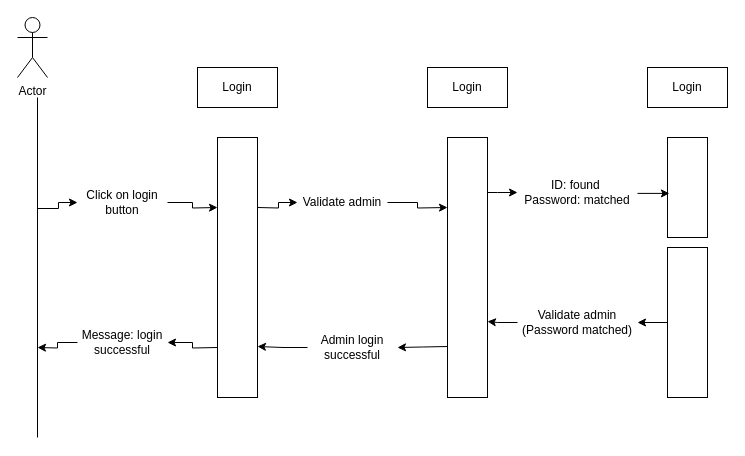
This is page "Page-1" (1 of 2) of Sequence diagram.drawio from sumangopalani/firstrepo, a draw.io file, before an edit. Source tidied: cells renumbered, new cells numbered last; positions are measured from the earlier drawing's top-left corner, leaving out a move shared by most shapes. Both pictures are drawn from the tidied source at 100%, with x=0, y=0 at pixel (17, 17).
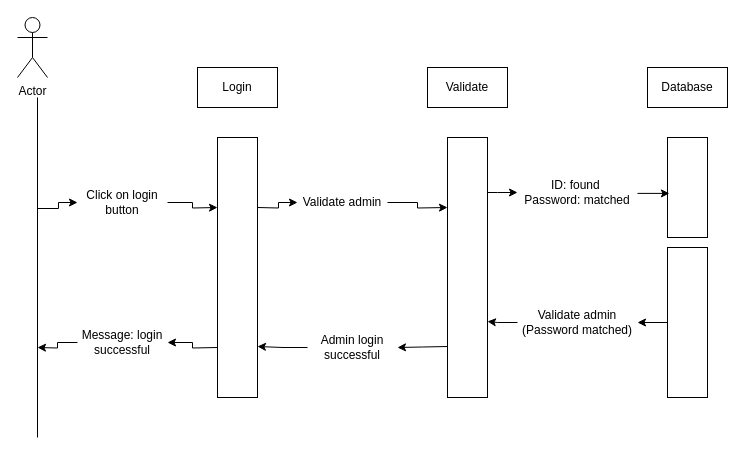
Above is the later version.

Diff of the diagram source:
```diff
@@
-    <mxCell id="13" value="Login" style="rounded=0;whiteSpace=wrap;html=1;" parent="1" vertex="1">
+    <mxCell id="13" value="Validate" style="rounded=0;whiteSpace=wrap;html=1;" parent="1" vertex="1">
       <mxGeometry x="410" y="50" width="80" height="40" as="geometry" />
     </mxCell>
-    <mxCell id="14" value="Login" style="rounded=0;whiteSpace=wrap;html=1;" parent="1" vertex="1">
+    <mxCell id="14" value="Database" style="rounded=0;whiteSpace=wrap;html=1;" parent="1" vertex="1">
       <mxGeometry x="630" y="50" width="80" height="40" as="geometry" />
     </mxCell>
```
